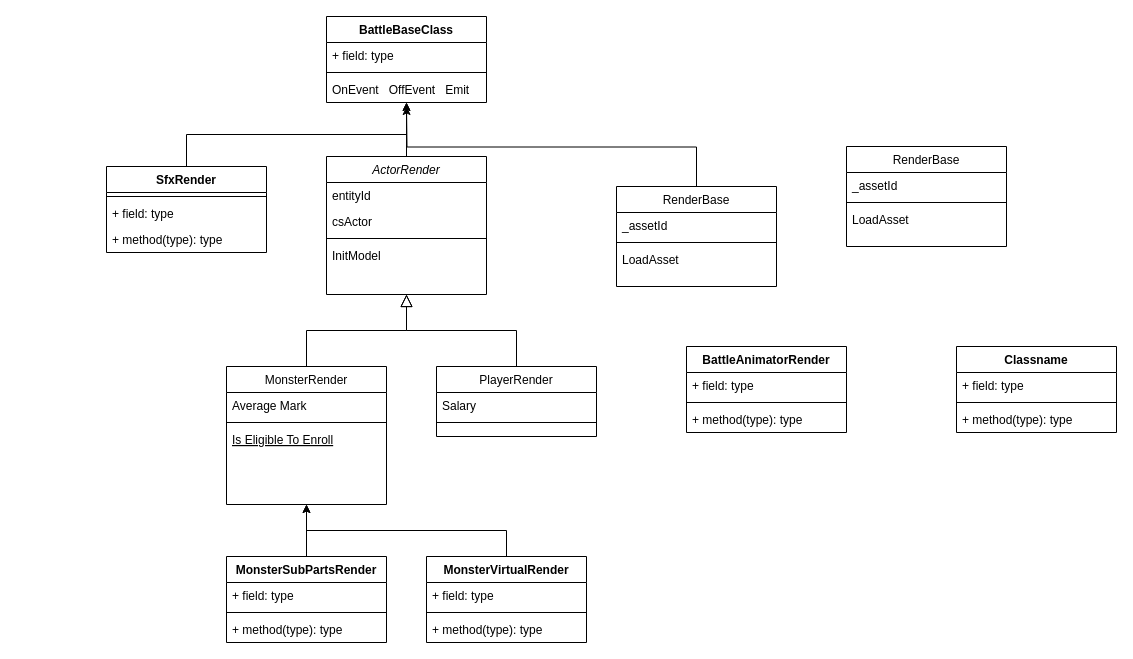
WilsomLi/GameUML keeps this draw.io diagram as 射击.drawio. Above is the earlier version. Source tidied: cells renumbered, new cells numbered last; positions are measured from the earlier drawing's top-left corner, leaving out a move shared by most shapes. Both pictures are drawn from the tidied source at 100%, with x=0, y=0 at pixel (106, 16).
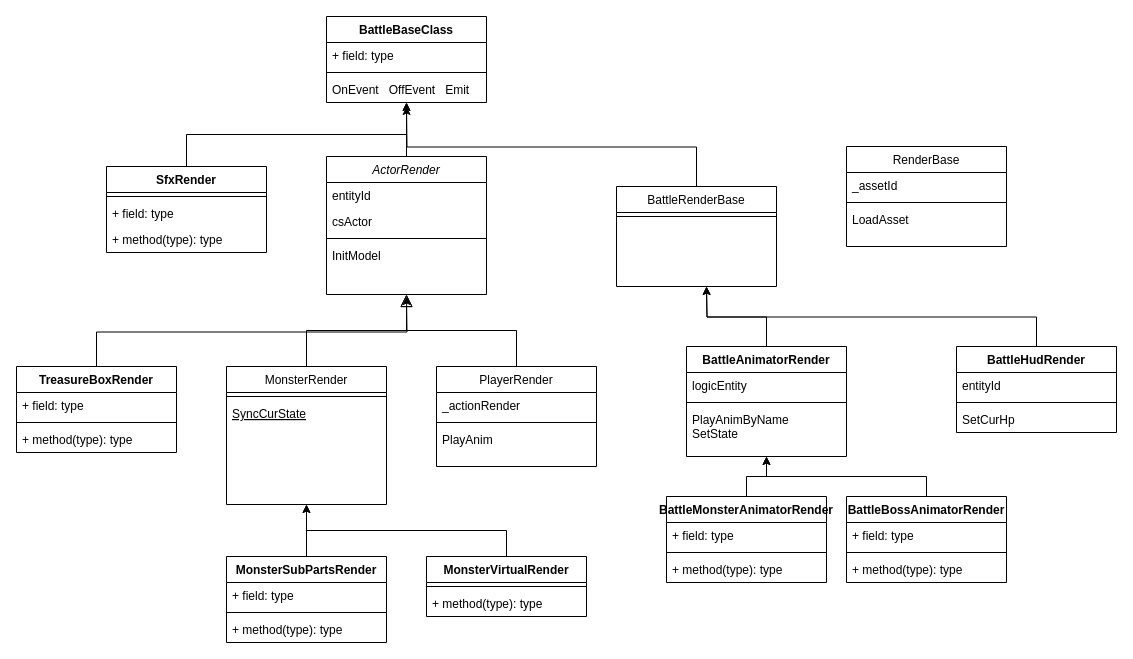
After the change.

The change refers to these unchanged cells:
```xml
<mxCell id="8" value="MonsterRender" style="swimlane;fontStyle=0;align=center;verticalAlign=top;horizontal=1;startSize=26;rounded=0;shadow=0;strokeWidth=1;" parent="1" vertex="1">
  <mxGeometry x="120" y="350" width="160" height="138" as="geometry" />
</mxCell>
```

Diff of the diagram source:
```diff
@@
-    <mxCell id="9" value="Average Mark" style="text;align=left;verticalAlign=top;spacingLeft=4;spacingRight=4;overflow=hidden;rounded=0;shadow=0;html=0;" parent="8" vertex="1">
-      <mxGeometry y="26" width="160" height="26" as="geometry" />
-    </mxCell>
     <mxCell id="10" style="line;html=1;strokeWidth=1;align=left;verticalAlign=middle;spacingTop=-1;spacingLeft=3;spacingRight=3;labelPosition=right;" parent="8" vertex="1">
-      <mxGeometry y="52" width="160" height="8" as="geometry" />
+      <mxGeometry y="26" width="160" height="8" as="geometry" />
     </mxCell>
-    <mxCell id="11" value="Is Eligible To Enroll" style="text;align=left;verticalAlign=top;spacingLeft=4;spacingRight=4;overflow=hidden;fontStyle=4;" parent="8" vertex="1">
-      <mxGeometry y="60" width="160" height="26" as="geometry" />
+    <mxCell id="11" value="SyncCurState" style="text;align=left;verticalAlign=top;spacingLeft=4;spacingRight=4;overflow=hidden;fontStyle=4;" parent="8" vertex="1">
+      <mxGeometry y="34" width="160" height="26" as="geometry" />
     </mxCell>
@@
     <mxCell id="13" value="PlayerRender" style="swimlane;fontStyle=0;align=center;verticalAlign=top;horizontal=1;startSize=26;rounded=0;shadow=0;strokeWidth=1;" parent="1" vertex="1">
-      <mxGeometry x="330" y="350" width="160" height="70" as="geometry" />
+      <mxGeometry x="330" y="350" width="160" height="100" as="geometry" />
     </mxCell>
-    <mxCell id="14" value="Salary" style="text;align=left;verticalAlign=top;spacingLeft=4;spacingRight=4;overflow=hidden;" parent="13" vertex="1">
+    <mxCell id="14" value="_actionRender" style="text;align=left;verticalAlign=top;spacingLeft=4;spacingRight=4;overflow=hidden;" parent="13" vertex="1">
       <mxGeometry y="26" width="160" height="26" as="geometry" />
     </mxCell>
@@
+    <mxCell id="29" value="PlayAnim" style="text;strokeColor=none;fillColor=none;align=left;verticalAlign=top;spacingLeft=4;spacingRight=4;overflow=hidden;" parent="13" vertex="1">
+      <mxGeometry y="60" width="160" height="26" as="geometry" />
+    </mxCell>
@@
-    <mxCell id="18" value="RenderBase" style="swimlane;fontStyle=0;align=center;verticalAlign=top;horizontal=1;startSize=26;rounded=0;shadow=0;strokeWidth=1;" parent="1" vertex="1">
+    <mxCell id="18" value="BattleRenderBase" style="swimlane;fontStyle=0;align=center;verticalAlign=top;horizontal=1;startSize=26;rounded=0;shadow=0;strokeWidth=1;" parent="1" vertex="1">
       <mxGeometry x="510" y="170" width="160" height="100" as="geometry" />
     </mxCell>
-    <mxCell id="19" value="_assetId" style="text;align=left;verticalAlign=top;spacingLeft=4;spacingRight=4;overflow=hidden;rounded=0;shadow=0;html=0;" parent="18" vertex="1">
-      <mxGeometry y="26" width="160" height="26" as="geometry" />
-    </mxCell>
     <mxCell id="20" style="line;html=1;strokeWidth=1;align=left;verticalAlign=middle;spacingTop=-1;spacingLeft=3;spacingRight=3;labelPosition=right;" parent="18" vertex="1">
-      <mxGeometry y="52" width="160" height="8" as="geometry" />
+      <mxGeometry y="26" width="160" height="8" as="geometry" />
     </mxCell>
-    <mxCell id="21" value="LoadAsset" style="text;align=left;verticalAlign=top;spacingLeft=4;spacingRight=4;overflow=hidden;" parent="18" vertex="1">
-      <mxGeometry y="60" width="160" height="26" as="geometry" />
-    </mxCell>
@@
     <mxCell id="28" value="MonsterVirtualRender" style="swimlane;fontStyle=1;align=center;verticalAlign=top;horizontal=1;startSize=26;" parent="1" vertex="1">
-      <mxGeometry x="320" y="540" width="160" height="86" as="geometry" />
+      <mxGeometry x="320" y="540" width="160" height="60" as="geometry" />
     </mxCell>
-    <mxCell id="29" value="+ field: type" style="text;strokeColor=none;fillColor=none;align=left;verticalAlign=top;spacingLeft=4;spacingRight=4;overflow=hidden;" parent="28" vertex="1">
-      <mxGeometry y="26" width="160" height="26" as="geometry" />
-    </mxCell>
     <mxCell id="30" style="line;strokeWidth=1;fillColor=none;align=left;verticalAlign=middle;spacingTop=-1;spacingLeft=3;spacingRight=3;labelPosition=right;strokeColor=inherit;" parent="28" vertex="1">
-      <mxGeometry y="52" width="160" height="8" as="geometry" />
+      <mxGeometry y="26" width="160" height="8" as="geometry" />
     </mxCell>
     <mxCell id="31" value="+ method(type): type" style="text;strokeColor=none;fillColor=none;align=left;verticalAlign=top;spacingLeft=4;spacingRight=4;overflow=hidden;" parent="28" vertex="1">
-      <mxGeometry y="60" width="160" height="26" as="geometry" />
+      <mxGeometry y="34" width="160" height="26" as="geometry" />
     </mxCell>
@@
+    <mxCell id="53" style="edgeStyle=orthogonalEdgeStyle;rounded=0;jettySize=auto;html=1;exitX=0.5;exitY=0;exitDx=0;exitDy=0;" parent="1" edge="1" source="41">
+      <mxGeometry relative="1" as="geometry">
+        <mxPoint x="600" y="270" as="targetPoint" />
+      </mxGeometry>
+    </mxCell>
     <mxCell id="41" value="BattleAnimatorRender" style="swimlane;fontStyle=1;align=center;verticalAlign=top;horizontal=1;startSize=26;" parent="1" vertex="1">
-      <mxGeometry x="580" y="330" width="160" height="86" as="geometry" />
+      <mxGeometry x="580" y="330" width="160" height="110" as="geometry" />
     </mxCell>
-    <mxCell id="42" value="+ field: type" style="text;strokeColor=none;fillColor=none;align=left;verticalAlign=top;spacingLeft=4;spacingRight=4;overflow=hidden;" parent="41" vertex="1">
+    <mxCell id="42" value="logicEntity" style="text;strokeColor=none;fillColor=none;align=left;verticalAlign=top;spacingLeft=4;spacingRight=4;overflow=hidden;" parent="41" vertex="1">
       <mxGeometry y="26" width="160" height="26" as="geometry" />
     </mxCell>
@@
-    <mxCell id="44" value="+ method(type): type" style="text;strokeColor=none;fillColor=none;align=left;verticalAlign=top;spacingLeft=4;spacingRight=4;overflow=hidden;" parent="41" vertex="1">
-      <mxGeometry y="60" width="160" height="26" as="geometry" />
+    <mxCell id="44" value="PlayAnimByName&#10;SetState" style="text;strokeColor=none;fillColor=none;align=left;verticalAlign=top;spacingLeft=4;spacingRight=4;overflow=hidden;" parent="41" vertex="1">
+      <mxGeometry y="60" width="160" height="50" as="geometry" />
     </mxCell>
+    <mxCell id="54" style="edgeStyle=orthogonalEdgeStyle;rounded=0;jettySize=auto;html=1;exitX=0.5;exitY=0;exitDx=0;exitDy=0;" parent="1" edge="1" source="45">
+      <mxGeometry relative="1" as="geometry">
+        <mxPoint x="600" y="270" as="targetPoint" />
+      </mxGeometry>
+    </mxCell>
-    <mxCell id="45" value="Classname" style="swimlane;fontStyle=1;align=center;verticalAlign=top;horizontal=1;startSize=26;" parent="1" vertex="1">
+    <mxCell id="45" value="BattleHudRender" style="swimlane;fontStyle=1;align=center;verticalAlign=top;horizontal=1;startSize=26;" parent="1" vertex="1">
       <mxGeometry x="850" y="330" width="160" height="86" as="geometry" />
     </mxCell>
-    <mxCell id="46" value="+ field: type" style="text;strokeColor=none;fillColor=none;align=left;verticalAlign=top;spacingLeft=4;spacingRight=4;overflow=hidden;" parent="45" vertex="1">
+    <mxCell id="46" value="entityId" style="text;strokeColor=none;fillColor=none;align=left;verticalAlign=top;spacingLeft=4;spacingRight=4;overflow=hidden;" parent="45" vertex="1">
       <mxGeometry y="26" width="160" height="26" as="geometry" />
     </mxCell>
@@
-    <mxCell id="48" value="+ method(type): type" style="text;strokeColor=none;fillColor=none;align=left;verticalAlign=top;spacingLeft=4;spacingRight=4;overflow=hidden;" parent="45" vertex="1">
+    <mxCell id="48" value="SetCurHp" style="text;strokeColor=none;fillColor=none;align=left;verticalAlign=top;spacingLeft=4;spacingRight=4;overflow=hidden;" parent="45" vertex="1">
       <mxGeometry y="60" width="160" height="26" as="geometry" />
     </mxCell>
@@
+    <mxCell id="55" style="edgeStyle=orthogonalEdgeStyle;rounded=0;jettySize=auto;html=1;exitX=0.5;exitY=0;exitDx=0;exitDy=0;" parent="1" edge="1" source="56" target="41">
+      <mxGeometry relative="1" as="geometry" />
+    </mxCell>
+    <mxCell id="56" value="BattleMonsterAnimatorRender" style="swimlane;fontStyle=1;align=center;verticalAlign=top;horizontal=1;startSize=26;" parent="1" vertex="1">
+      <mxGeometry x="560" y="480" width="160" height="86" as="geometry" />
+    </mxCell>
+    <mxCell id="57" value="+ field: type" style="text;strokeColor=none;fillColor=none;align=left;verticalAlign=top;spacingLeft=4;spacingRight=4;overflow=hidden;" parent="56" vertex="1">
+      <mxGeometry y="26" width="160" height="26" as="geometry" />
+    </mxCell>
+    <mxCell id="58" style="line;strokeWidth=1;fillColor=none;align=left;verticalAlign=middle;spacingTop=-1;spacingLeft=3;spacingRight=3;labelPosition=right;strokeColor=inherit;" parent="56" vertex="1">
+      <mxGeometry y="52" width="160" height="8" as="geometry" />
+    </mxCell>
+    <mxCell id="59" value="+ method(type): type" style="text;strokeColor=none;fillColor=none;align=left;verticalAlign=top;spacingLeft=4;spacingRight=4;overflow=hidden;" parent="56" vertex="1">
+      <mxGeometry y="60" width="160" height="26" as="geometry" />
+    </mxCell>
+    <mxCell id="60" style="edgeStyle=orthogonalEdgeStyle;rounded=0;jettySize=auto;html=1;exitX=0.5;exitY=0;exitDx=0;exitDy=0;" parent="1" edge="1" source="61" target="41">
+      <mxGeometry relative="1" as="geometry" />
+    </mxCell>
+    <mxCell id="61" value="BattleBossAnimatorRender" style="swimlane;fontStyle=1;align=center;verticalAlign=top;horizontal=1;startSize=26;" parent="1" vertex="1">
+      <mxGeometry x="740" y="480" width="160" height="86" as="geometry" />
+    </mxCell>
+    <mxCell id="62" value="+ field: type" style="text;strokeColor=none;fillColor=none;align=left;verticalAlign=top;spacingLeft=4;spacingRight=4;overflow=hidden;" parent="61" vertex="1">
+      <mxGeometry y="26" width="160" height="26" as="geometry" />
+    </mxCell>
+    <mxCell id="63" style="line;strokeWidth=1;fillColor=none;align=left;verticalAlign=middle;spacingTop=-1;spacingLeft=3;spacingRight=3;labelPosition=right;strokeColor=inherit;" parent="61" vertex="1">
+      <mxGeometry y="52" width="160" height="8" as="geometry" />
+    </mxCell>
+    <mxCell id="64" value="+ method(type): type" style="text;strokeColor=none;fillColor=none;align=left;verticalAlign=top;spacingLeft=4;spacingRight=4;overflow=hidden;" parent="61" vertex="1">
+      <mxGeometry y="60" width="160" height="26" as="geometry" />
+    </mxCell>
+    <mxCell id="65" style="edgeStyle=orthogonalEdgeStyle;rounded=0;jettySize=auto;html=1;exitX=0.5;exitY=0;exitDx=0;exitDy=0;" parent="1" edge="1" source="66">
+      <mxGeometry relative="1" as="geometry">
+        <mxPoint x="300" y="280" as="targetPoint" />
+      </mxGeometry>
+    </mxCell>
+    <mxCell id="66" value="TreasureBoxRender" style="swimlane;fontStyle=1;align=center;verticalAlign=top;horizontal=1;startSize=26;" parent="1" vertex="1">
+      <mxGeometry x="-90" y="350" width="160" height="86" as="geometry" />
+    </mxCell>
+    <mxCell id="67" value="+ field: type" style="text;strokeColor=none;fillColor=none;align=left;verticalAlign=top;spacingLeft=4;spacingRight=4;overflow=hidden;" parent="66" vertex="1">
+      <mxGeometry y="26" width="160" height="26" as="geometry" />
+    </mxCell>
+    <mxCell id="68" style="line;strokeWidth=1;fillColor=none;align=left;verticalAlign=middle;spacingTop=-1;spacingLeft=3;spacingRight=3;labelPosition=right;strokeColor=inherit;" parent="66" vertex="1">
+      <mxGeometry y="52" width="160" height="8" as="geometry" />
+    </mxCell>
+    <mxCell id="69" value="+ method(type): type" style="text;strokeColor=none;fillColor=none;align=left;verticalAlign=top;spacingLeft=4;spacingRight=4;overflow=hidden;" parent="66" vertex="1">
+      <mxGeometry y="60" width="160" height="26" as="geometry" />
+    </mxCell>
```
